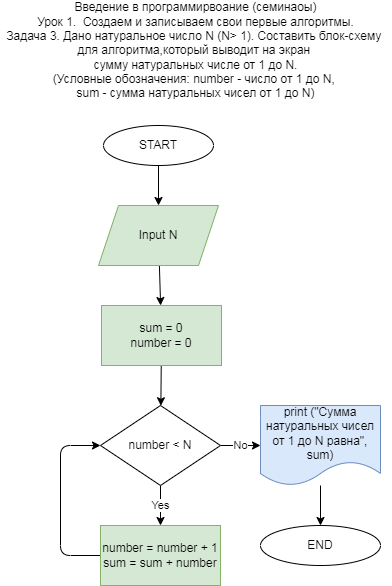
Earlier version of the draw.io export Folder_for_block_diagrams/4.drawio.png (irina792901/additional_tasks_on_algorithms). Source tidied: cells renumbered, new cells last; positions are measured from the earlier drawing's top-left corner, leaving out a move shared by most shapes.
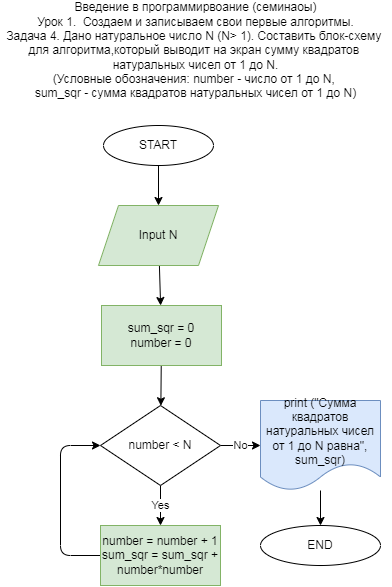
The same file after the commit.

Commit message:
Добавила блок-схемы 5  и 6

What changed in the source:
```diff
@@ -17,7 +17,7 @@
     <mxCell id="6" style="edgeStyle=none;html=1;rounded=0;" parent="1" edge="1" source="7" target="10">
       <mxGeometry relative="1" as="geometry" />
     </mxCell>
-    <mxCell id="7" value="sum = 0&lt;br&gt;number = 0" style="rounded=0;whiteSpace=wrap;html=1;fillColor=#d5e8d4;strokeColor=#82b366;" parent="1" vertex="1">
+    <mxCell id="7" value="sum_sqr = 0&lt;br&gt;number = 0" style="rounded=0;whiteSpace=wrap;html=1;fillColor=#d5e8d4;strokeColor=#82b366;" parent="1" vertex="1">
       <mxGeometry x="101" y="305" width="120" height="60" as="geometry" />
     </mxCell>
     <mxCell id="8" value="Yes" style="edgeStyle=none;html=1;rounded=0;" parent="1" edge="1" source="10">
@@ -36,8 +36,8 @@
     <mxCell id="11" style="edgeStyle=none;html=1;" parent="1" edge="1" source="12" target="16">
       <mxGeometry relative="1" as="geometry" />
     </mxCell>
-    <mxCell id="12" value="print (&quot;Cумма натуральных чисел от 1 до N равна&quot;, sum)" style="shape=document;whiteSpace=wrap;html=1;boundedLbl=1;rounded=0;fillColor=#dae8fc;strokeColor=#6c8ebf;" parent="1" vertex="1">
-      <mxGeometry x="260" y="405" width="120" height="80" as="geometry" />
+    <mxCell id="12" value="print (&quot;Cумма квадратов натуральных чисел от 1 до N равна&quot;, sum_sqr)" style="shape=document;whiteSpace=wrap;html=1;boundedLbl=1;rounded=0;fillColor=#dae8fc;strokeColor=#6c8ebf;" parent="1" vertex="1">
+      <mxGeometry x="260" y="400" width="120" height="90" as="geometry" />
     </mxCell>
     <mxCell id="13" style="edgeStyle=none;html=1;entryX=0;entryY=0.5;entryDx=0;entryDy=0;" parent="1" edge="1" source="14" target="10">
       <mxGeometry relative="1" as="geometry">
@@ -47,10 +47,10 @@
         </Array>
       </mxGeometry>
     </mxCell>
-    <mxCell id="14" value="number = number + 1&lt;br&gt;sum = sum + number" style="rounded=0;whiteSpace=wrap;html=1;fillColor=#d5e8d4;strokeColor=#82b366;" parent="1" vertex="1">
+    <mxCell id="14" value="number = number + 1&lt;br&gt;sum_sqr = sum_sqr + number*number" style="rounded=0;whiteSpace=wrap;html=1;fillColor=#d5e8d4;strokeColor=#82b366;" parent="1" vertex="1">
       <mxGeometry x="100" y="525" width="120" height="60" as="geometry" />
     </mxCell>
-    <mxCell id="15" value="Введение в программирвоание (семинаоы)&lt;br&gt;Урок 1.&amp;nbsp;&amp;nbsp;Создаем и записываем свои первые алгоритмы.&lt;br&gt;Задача 3. Дано натуральное число N (N&amp;gt; 1). Составить блок-схему &lt;br&gt;для алгоритма,который выводит на экран &lt;br&gt;сумму натуральных числе от 1 до N.&lt;br&gt;(Условные обозначения: number - число от 1 до N, &lt;br&gt;sum - сумма натуральных чисел от 1 до N)" style="text;html=1;align=center;verticalAlign=middle;fillColor=none;strokeColor=none;rounded=0;" parent="1" vertex="1">
+    <mxCell id="15" value="Введение в программирвоание (семинаоы)&lt;br&gt;Урок 1.&amp;nbsp;&amp;nbsp;Создаем и записываем свои первые алгоритмы.&lt;br&gt;Задача 4. Дано натуральное число N (N&amp;gt; 1). Составить блок-схему &lt;br&gt;для алгоритма,который выводит на экран сумму квадратов &lt;br&gt;натуральных чисел&amp;nbsp;от 1 до N.&lt;br&gt;(Условные обозначения: number - число от 1 до N, &lt;br&gt;sum_sqr - сумма квадратов натуральных чисел от 1 до N)" style="text;html=1;align=center;verticalAlign=middle;fillColor=none;strokeColor=none;rounded=0;" parent="1" vertex="1">
       <mxGeometry width="390" height="100" as="geometry" />
     </mxCell>
     <mxCell id="16" value="END" style="ellipse;whiteSpace=wrap;html=1;rounded=0;" parent="1" vertex="1">
```
